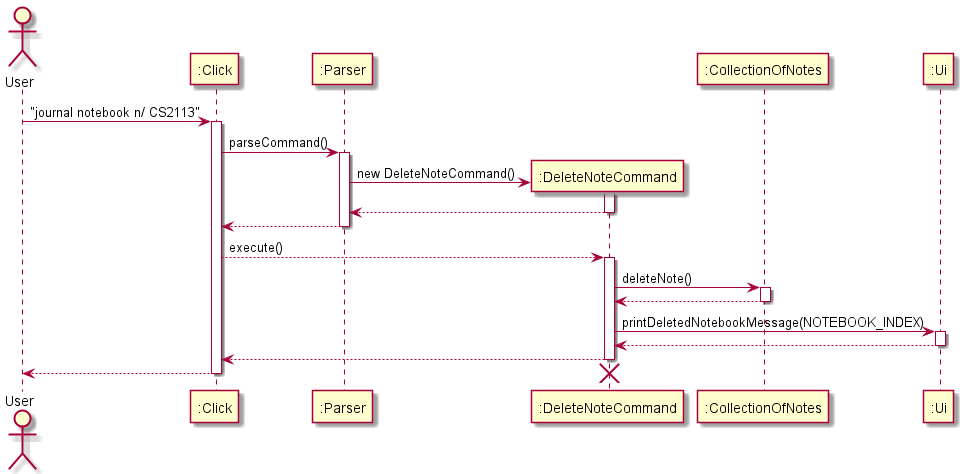
nus-cs2113-AY2122S1/tp keeps this PlantUML diagram as docs/diagrams/journal/DeleteNoteCommand.png. Above is the earlier version.
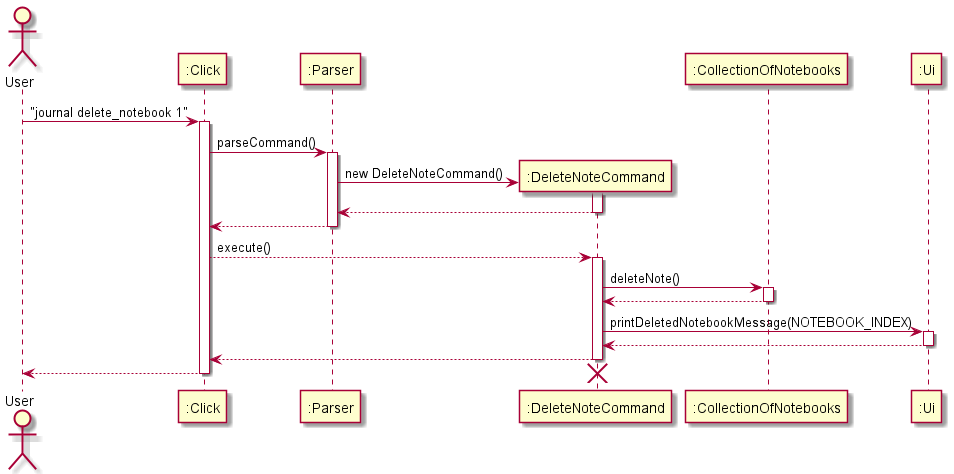
Above is the later version.

What changed in the source:
```diff
@@ -1,6 +1,6 @@
 @startuml
 Actor User
-User -> ":Click" : "journal notebook n/ CS2113"
+User -> ":Click" : "journal delete_notebook 1"
 participant ":Click"
 activate ":Click"
 ":Click" -> ":Parser" : parseCommand()
@@ -15,9 +15,9 @@
 deactivate ":Parser"
 ":Click" --> ":DeleteNoteCommand" : execute()
 activate ":DeleteNoteCommand"
-participant ":CollectionOfNotes"
-":DeleteNoteCommand" -> ":CollectionOfNotes" : deleteNote()
-activate ":CollectionOfNotes"
+participant ":CollectionOfNotebooks"
+":DeleteNoteCommand" -> ":CollectionOfNotebooks" : deleteNote()
+activate ":CollectionOfNotebooks"
 return
 participant ":Ui"
 ":DeleteNoteCommand" -> ":Ui" : printDeletedNotebookMessage(NOTEBOOK_INDEX)
```
